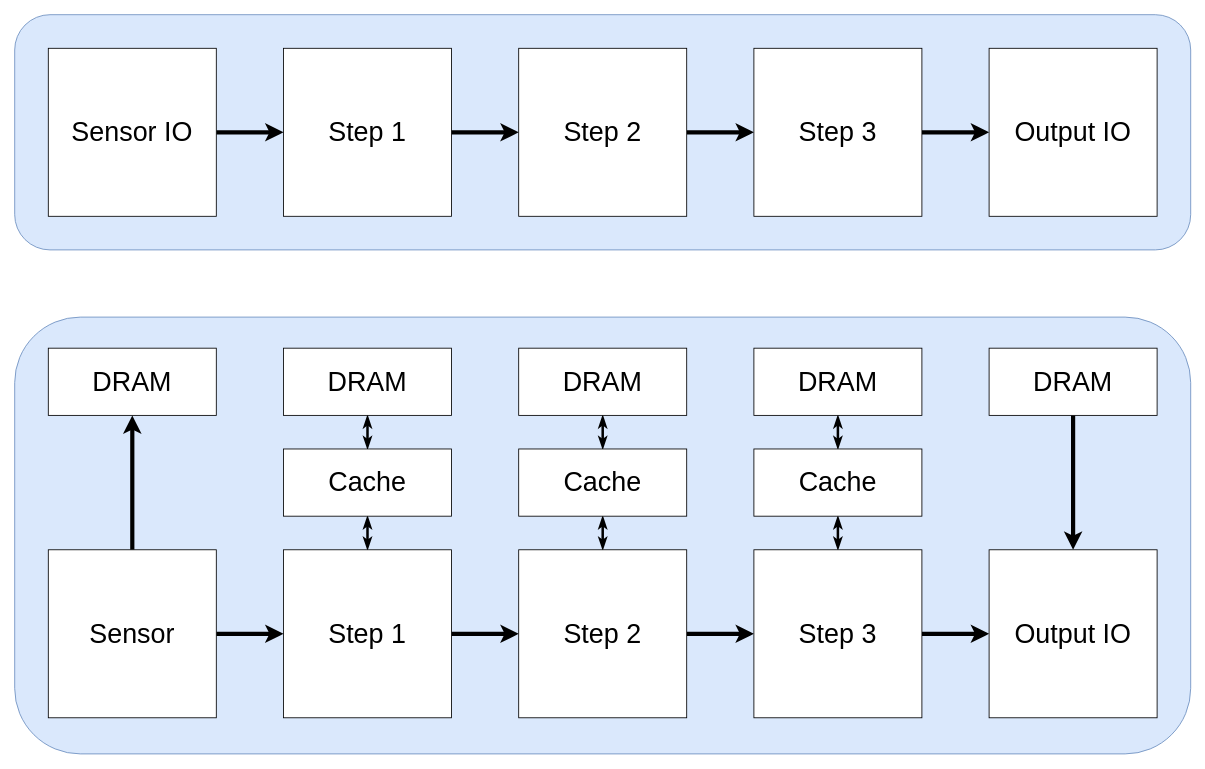
Earlier version of the draw.io diagram latencyPipelines.drawio (snider-lab-msu/figures). Source tidied: cells renumbered, new cells numbered last; positions are measured from the earlier drawing's top-left corner, leaving out a move shared by most shapes. Both pictures are drawn from the tidied source at 84%, with x=0, y=0 at pixel (14, 14).
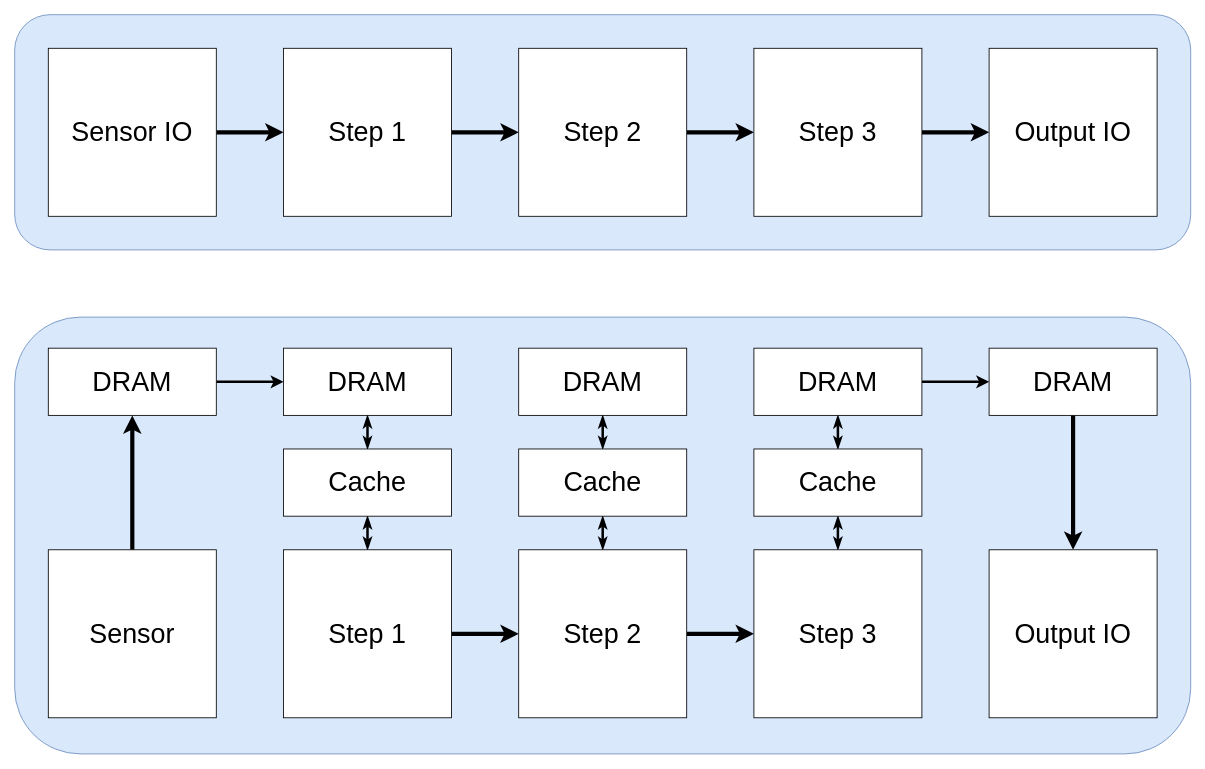
After the change.

Commit message:
moved directional arrows on input and output

The change refers to these unchanged cells:
```xml
<mxCell id="15" value="Step 1" style="rounded=0;whiteSpace=wrap;html=1;fontSize=32;" parent="1" vertex="1">
  <mxGeometry x="320" y="637" width="200" height="200" as="geometry" />
</mxCell>
<mxCell id="21" value="Sensor" style="rounded=0;whiteSpace=wrap;html=1;fontSize=32;" parent="1" vertex="1">
  <mxGeometry x="40" y="637" width="200" height="200" as="geometry" />
</mxCell>
<mxCell id="24" value="DRAM" style="rounded=0;whiteSpace=wrap;html=1;fontSize=32;" parent="1" vertex="1">
  <mxGeometry x="320" y="397" width="200" height="80" as="geometry" />
</mxCell>
<mxCell id="29" value="Step 3" style="rounded=0;whiteSpace=wrap;html=1;fontSize=32;" parent="1" vertex="1">
  <mxGeometry x="880" y="637" width="200" height="200" as="geometry" />
</mxCell>
<mxCell id="31" value="Output IO" style="rounded=0;whiteSpace=wrap;html=1;fontSize=32;" parent="1" vertex="1">
  <mxGeometry x="1160" y="637" width="200" height="200" as="geometry" />
</mxCell>
<mxCell id="35" value="DRAM" style="rounded=0;whiteSpace=wrap;html=1;fontSize=32;" parent="1" vertex="1">
  <mxGeometry x="880" y="397" width="200" height="80" as="geometry" />
</mxCell>
<mxCell id="36" value="DRAM" style="rounded=0;whiteSpace=wrap;html=1;fontSize=32;" parent="1" vertex="1">
  <mxGeometry x="1160" y="397" width="200" height="80" as="geometry" />
</mxCell>
<mxCell id="37" value="DRAM" style="rounded=0;whiteSpace=wrap;html=1;fontSize=32;" parent="1" vertex="1">
  <mxGeometry x="40" y="397" width="200" height="80" as="geometry" />
</mxCell>
```

Change to the diagram source:
```diff
@@
-    <mxCell id="20" style="edgeStyle=orthogonalEdgeStyle;rounded=0;jettySize=auto;html=1;exitX=1;exitY=0.5;exitDx=0;exitDy=0;entryX=0;entryY=0.5;entryDx=0;entryDy=0;defaultLabelBackgroundColor=page;labelPadding=0 4;strokeWidth=5;" parent="1" edge="1" source="21" target="15">
-      <mxGeometry relative="1" as="geometry" />
-    </mxCell>
@@
-    <mxCell id="27" style="edgeStyle=orthogonalEdgeStyle;rounded=0;jettySize=auto;html=1;exitX=1;exitY=0.5;exitDx=0;exitDy=0;entryX=0;entryY=0.5;entryDx=0;entryDy=0;defaultLabelBackgroundColor=page;labelPadding=0 4;strokeWidth=5;" parent="1" edge="1" source="29" target="31">
-      <mxGeometry relative="1" as="geometry" />
-    </mxCell>
@@
+    <mxCell id="38" style="edgeStyle=orthogonalEdgeStyle;rounded=0;jettySize=auto;html=1;entryX=0;entryY=0.5;entryDx=0;entryDy=0;defaultLabelBackgroundColor=page;labelPadding=0 4;strokeWidth=3;" parent="1" edge="1" source="35" target="36">
+      <mxGeometry relative="1" as="geometry" />
+    </mxCell>
@@
+    <mxCell id="39" style="edgeStyle=orthogonalEdgeStyle;rounded=0;jettySize=auto;html=1;exitX=1;exitY=0.5;exitDx=0;exitDy=0;entryX=0;entryY=0.5;entryDx=0;entryDy=0;defaultLabelBackgroundColor=page;labelPadding=0 4;strokeWidth=3;" parent="1" edge="1" source="37" target="24">
+      <mxGeometry relative="1" as="geometry" />
+    </mxCell>
```
